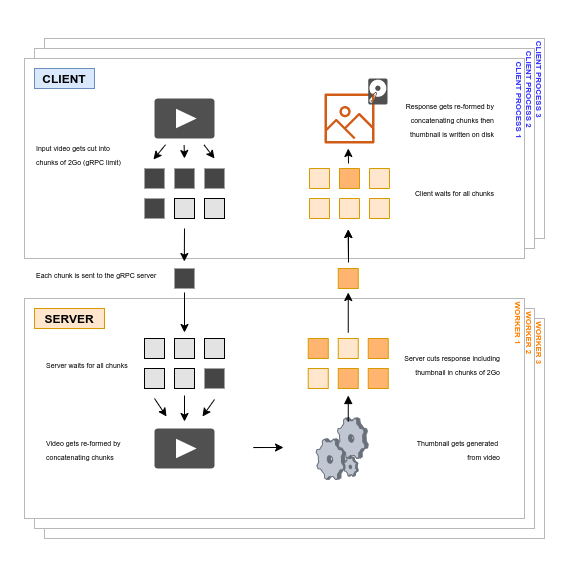
This is flow.png from flavienbwk/gRPC-multiprocessing-streaming, a draw.io export, as it was before one commit. Source tidied: cells renumbered, new cells last; positions are measured from the earlier drawing's top-left corner, leaving out a move shared by most shapes. Source of this version:
```xml
<mxGraphModel>
  <root>
    <mxCell id="0" />
    <mxCell id="1" parent="0" />
    <mxCell id="2" style="rounded=0;whiteSpace=wrap;html=1;strokeColor=#B8B8B8;" parent="1" vertex="1">
      <mxGeometry x="20" width="500" height="200" as="geometry" />
    </mxCell>
    <mxCell id="3" style="rounded=0;whiteSpace=wrap;html=1;strokeColor=#B8B8B8;" parent="1" vertex="1">
      <mxGeometry x="10" y="10" width="500" height="200" as="geometry" />
    </mxCell>
    <mxCell id="4" style="rounded=0;whiteSpace=wrap;html=1;strokeColor=#B8B8B8;" parent="1" vertex="1">
      <mxGeometry x="20" y="280" width="500" height="220" as="geometry" />
    </mxCell>
    <mxCell id="5" style="rounded=0;whiteSpace=wrap;html=1;strokeColor=#B8B8B8;" parent="1" vertex="1">
      <mxGeometry x="10" y="270" width="500" height="220" as="geometry" />
    </mxCell>
    <mxCell id="6" style="rounded=0;whiteSpace=wrap;html=1;strokeColor=#B8B8B8;" parent="1" vertex="1">
      <mxGeometry y="20" width="500" height="200" as="geometry" />
    </mxCell>
    <mxCell id="7" value="&lt;b&gt;CLIENT&lt;/b&gt;" style="text;html=1;align=center;verticalAlign=middle;whiteSpace=wrap;rounded=0;fillColor=#dae8fc;strokeColor=#6c8ebf;" parent="1" vertex="1">
      <mxGeometry x="10" y="30" width="60" height="20" as="geometry" />
    </mxCell>
    <mxCell id="8" style="rounded=0;whiteSpace=wrap;html=1;strokeColor=#B8B8B8;" parent="1" vertex="1">
      <mxGeometry y="260" width="500" height="220" as="geometry" />
    </mxCell>
    <mxCell id="9" value="&lt;b&gt;SERVER&lt;/b&gt;" style="text;html=1;strokeColor=#d79b00;fillColor=#ffe6cc;align=center;verticalAlign=middle;whiteSpace=wrap;rounded=0;" parent="1" vertex="1">
      <mxGeometry x="10" y="270" width="70" height="20" as="geometry" />
    </mxCell>
    <mxCell id="10" style="shadow=0;dashed=0;html=1;strokeColor=none;fillColor=#505050;labelPosition=center;verticalLabelPosition=bottom;verticalAlign=top;align=center;shape=mxgraph.office.concepts.video_play;" parent="1" vertex="1">
      <mxGeometry x="130" y="60" width="60" height="40" as="geometry" />
    </mxCell>
    <mxCell id="11" style="rounded=0;whiteSpace=wrap;html=1;fillColor=#454545;strokeColor=none;" parent="1" vertex="1">
      <mxGeometry x="120" y="130" width="20" height="20" as="geometry" />
    </mxCell>
    <mxCell id="12" style="rounded=0;whiteSpace=wrap;html=1;fillColor=#454545;strokeColor=none;" parent="1" vertex="1">
      <mxGeometry x="150" y="130" width="20" height="20" as="geometry" />
    </mxCell>
    <mxCell id="13" style="rounded=0;whiteSpace=wrap;html=1;fillColor=#454545;strokeColor=none;" parent="1" vertex="1">
      <mxGeometry x="180" y="130" width="20" height="20" as="geometry" />
    </mxCell>
    <mxCell id="14" style="rounded=0;whiteSpace=wrap;html=1;fillColor=#E3E3E3;" parent="1" vertex="1">
      <mxGeometry x="150" y="300" width="20" height="20" as="geometry" />
    </mxCell>
    <mxCell id="15" style="edgeStyle=orthogonalEdgeStyle;rounded=0;orthogonalLoop=1;jettySize=auto;html=1;entryX=0.5;entryY=0;entryDx=0;entryDy=0;" parent="1" edge="1">
      <mxGeometry relative="1" as="geometry">
        <mxPoint x="160" y="254" as="sourcePoint" />
        <mxPoint x="160" y="294" as="targetPoint" />
      </mxGeometry>
    </mxCell>
    <mxCell id="16" style="rounded=0;whiteSpace=wrap;html=1;fillColor=#454545;strokeColor=none;" parent="1" vertex="1">
      <mxGeometry x="150" y="230" width="20" height="20" as="geometry" />
    </mxCell>
    <mxCell id="17" style="rounded=0;whiteSpace=wrap;html=1;fillColor=#454545;strokeColor=none;" parent="1" vertex="1">
      <mxGeometry x="120" y="160" width="20" height="20" as="geometry" />
    </mxCell>
    <mxCell id="18" value="&lt;font style=&quot;font-size: 7px&quot;&gt;Input video gets cut into chunks of 2Go (gRPC limit)&lt;/font&gt;" style="text;html=1;strokeColor=none;fillColor=none;align=left;verticalAlign=middle;whiteSpace=wrap;rounded=0;" parent="1" vertex="1">
      <mxGeometry x="10" y="100" width="90" height="30" as="geometry" />
    </mxCell>
    <mxCell id="19" value="&lt;font style=&quot;font-size: 7px&quot;&gt;Each chunk is sent to the gRPC server&lt;/font&gt;" style="text;html=1;strokeColor=none;fillColor=none;align=left;verticalAlign=middle;whiteSpace=wrap;rounded=0;" parent="1" vertex="1">
      <mxGeometry x="10" y="220" width="130" height="30" as="geometry" />
    </mxCell>
    <mxCell id="20" style="rounded=0;whiteSpace=wrap;html=1;fillColor=#E3E3E3;" parent="1" vertex="1">
      <mxGeometry x="120" y="330" width="20" height="20" as="geometry" />
    </mxCell>
    <mxCell id="21" style="rounded=0;whiteSpace=wrap;html=1;fillColor=#E3E3E3;" parent="1" vertex="1">
      <mxGeometry x="150" y="330" width="20" height="20" as="geometry" />
    </mxCell>
    <mxCell id="22" style="rounded=0;whiteSpace=wrap;html=1;fillColor=#454545;strokeColor=none;" parent="1" vertex="1">
      <mxGeometry x="180" y="330" width="20" height="20" as="geometry" />
    </mxCell>
    <mxCell id="23" style="rounded=0;whiteSpace=wrap;html=1;fillColor=#E3E3E3;" parent="1" vertex="1">
      <mxGeometry x="120" y="300" width="20" height="20" as="geometry" />
    </mxCell>
    <mxCell id="24" style="rounded=0;whiteSpace=wrap;html=1;fillColor=#E3E3E3;" parent="1" vertex="1">
      <mxGeometry x="180" y="300" width="20" height="20" as="geometry" />
    </mxCell>
    <mxCell id="25" style="rounded=0;whiteSpace=wrap;html=1;fillColor=#E3E3E3;" parent="1" vertex="1">
      <mxGeometry x="150" y="160" width="20" height="20" as="geometry" />
    </mxCell>
    <mxCell id="26" style="rounded=0;whiteSpace=wrap;html=1;fillColor=#E3E3E3;" parent="1" vertex="1">
      <mxGeometry x="180" y="160" width="20" height="20" as="geometry" />
    </mxCell>
    <mxCell id="27" value="&lt;font style=&quot;font-size: 7px&quot;&gt;Server waits for all chunks&lt;/font&gt;" style="text;html=1;strokeColor=none;fillColor=none;align=left;verticalAlign=middle;whiteSpace=wrap;rounded=0;" parent="1" vertex="1">
      <mxGeometry x="20" y="315" width="90" height="20" as="geometry" />
    </mxCell>
    <mxCell id="28" style="endArrow=classic;html=1;" parent="1" edge="1">
      <mxGeometry relative="1" as="geometry">
        <mxPoint x="159.6" y="106.5" as="sourcePoint" />
        <mxPoint x="160" y="120" as="targetPoint" />
      </mxGeometry>
    </mxCell>
    <mxCell id="29" style="edgeStyle=orthogonalEdgeStyle;rounded=0;orthogonalLoop=1;jettySize=auto;html=1;entryX=0.5;entryY=0;entryDx=0;entryDy=0;" parent="1" edge="1">
      <mxGeometry relative="1" as="geometry">
        <mxPoint x="160" y="190" as="sourcePoint" />
        <mxPoint x="159.8" y="223" as="targetPoint" />
      </mxGeometry>
    </mxCell>
    <mxCell id="30" style="shadow=0;dashed=0;html=1;strokeColor=none;fillColor=#505050;labelPosition=center;verticalLabelPosition=bottom;verticalAlign=top;align=center;shape=mxgraph.office.concepts.video_play;" parent="1" vertex="1">
      <mxGeometry x="130" y="390" width="60" height="40" as="geometry" />
    </mxCell>
    <mxCell id="31" value="&lt;span style=&quot;font-size: 7px&quot;&gt;Video gets re-formed by concatenating chunks&lt;/span&gt;" style="text;html=1;strokeColor=none;fillColor=none;align=left;verticalAlign=middle;whiteSpace=wrap;rounded=0;" parent="1" vertex="1">
      <mxGeometry x="20" y="400" width="107.5" height="20" as="geometry" />
    </mxCell>
    <mxCell id="32" style="edgeStyle=orthogonalEdgeStyle;rounded=0;orthogonalLoop=1;jettySize=auto;html=1;" parent="1" edge="1">
      <mxGeometry relative="1" as="geometry">
        <mxPoint x="239" y="409" as="sourcePoint" />
        <mxPoint x="259" y="409" as="targetPoint" />
        <Array as="points">
          <mxPoint x="229" y="409" />
        </Array>
      </mxGeometry>
    </mxCell>
    <mxCell id="33" style="verticalLabelPosition=bottom;html=1;verticalAlign=top;strokeColor=none;align=center;shape=mxgraph.citrix.process;fillColor=#E3E3E3;" parent="1" vertex="1">
      <mxGeometry x="291.8" y="379" width="52" height="62" as="geometry" />
    </mxCell>
    <mxCell id="34" value="&lt;span style=&quot;font-size: 7px&quot;&gt;Thumbnail gets generated &lt;br&gt;from video&lt;/span&gt;" style="text;html=1;strokeColor=none;fillColor=none;align=right;verticalAlign=middle;whiteSpace=wrap;rounded=0;" parent="1" vertex="1">
      <mxGeometry x="370" y="400" width="107.5" height="20" as="geometry" />
    </mxCell>
    <mxCell id="35" style="edgeStyle=orthogonalEdgeStyle;rounded=0;orthogonalLoop=1;jettySize=auto;html=1;" parent="1" edge="1">
      <mxGeometry relative="1" as="geometry">
        <mxPoint x="160" y="357" as="sourcePoint" />
        <mxPoint x="160" y="383" as="targetPoint" />
      </mxGeometry>
    </mxCell>
    <mxCell id="36" style="rounded=0;whiteSpace=wrap;html=1;strokeColor=#d79b00;fillColor=#ffe6cc;" parent="1" vertex="1">
      <mxGeometry x="313.8" y="300" width="20" height="20" as="geometry" />
    </mxCell>
    <mxCell id="37" style="edgeStyle=orthogonalEdgeStyle;rounded=0;orthogonalLoop=1;jettySize=auto;html=1;entryX=0.5;entryY=0;entryDx=0;entryDy=0;" parent="1" edge="1">
      <mxGeometry relative="1" as="geometry">
        <mxPoint x="323.8" y="294" as="sourcePoint" />
        <mxPoint x="323.8" y="254" as="targetPoint" />
      </mxGeometry>
    </mxCell>
    <mxCell id="38" style="rounded=0;whiteSpace=wrap;html=1;strokeColor=#d79b00;fillColor=#FFB570;" parent="1" vertex="1">
      <mxGeometry x="313.8" y="230" width="20" height="20" as="geometry" />
    </mxCell>
    <mxCell id="39" style="rounded=0;whiteSpace=wrap;html=1;strokeColor=#d79b00;fillColor=#ffe6cc;" parent="1" vertex="1">
      <mxGeometry x="283.8" y="330" width="20" height="20" as="geometry" />
    </mxCell>
    <mxCell id="40" style="rounded=0;whiteSpace=wrap;html=1;strokeColor=#d79b00;fillColor=#FFB570;" parent="1" vertex="1">
      <mxGeometry x="313.8" y="330" width="20" height="20" as="geometry" />
    </mxCell>
    <mxCell id="41" style="rounded=0;whiteSpace=wrap;html=1;strokeColor=#d79b00;fillColor=#FFB570;" parent="1" vertex="1">
      <mxGeometry x="343.8" y="330" width="20" height="20" as="geometry" />
    </mxCell>
    <mxCell id="42" style="rounded=0;whiteSpace=wrap;html=1;strokeColor=#d79b00;fillColor=#FFB570;" parent="1" vertex="1">
      <mxGeometry x="283.8" y="300" width="20" height="20" as="geometry" />
    </mxCell>
    <mxCell id="43" style="rounded=0;whiteSpace=wrap;html=1;strokeColor=#d79b00;fillColor=#FFB570;" parent="1" vertex="1">
      <mxGeometry x="343.8" y="300" width="20" height="20" as="geometry" />
    </mxCell>
    <mxCell id="44" style="edgeStyle=orthogonalEdgeStyle;rounded=0;orthogonalLoop=1;jettySize=auto;html=1;startArrow=block;startFill=1;endArrow=none;endFill=0;" parent="1" edge="1">
      <mxGeometry relative="1" as="geometry">
        <mxPoint x="323.8" y="357" as="sourcePoint" />
        <mxPoint x="323.8" y="383" as="targetPoint" />
      </mxGeometry>
    </mxCell>
    <mxCell id="45" style="endArrow=classic;html=1;" parent="1" edge="1">
      <mxGeometry relative="1" as="geometry">
        <mxPoint x="179.6" y="106.5" as="sourcePoint" />
        <mxPoint x="190" y="120" as="targetPoint" />
      </mxGeometry>
    </mxCell>
    <mxCell id="46" style="endArrow=classic;html=1;" parent="1" edge="1">
      <mxGeometry relative="1" as="geometry">
        <mxPoint x="141" y="106.2" as="sourcePoint" />
        <mxPoint x="129" y="121" as="targetPoint" />
        <Array as="points">
          <mxPoint x="141" y="106" />
        </Array>
      </mxGeometry>
    </mxCell>
    <mxCell id="47" value="&lt;span style=&quot;font-size: 7px&quot;&gt;Server cuts response including thumbnail in chunks of 2Go&lt;/span&gt;" style="text;html=1;strokeColor=none;fillColor=none;align=right;verticalAlign=middle;whiteSpace=wrap;rounded=0;" parent="1" vertex="1">
      <mxGeometry x="370" y="315" width="107.5" height="20" as="geometry" />
    </mxCell>
    <mxCell id="48" style="endArrow=classic;html=1;" parent="1" edge="1">
      <mxGeometry relative="1" as="geometry">
        <mxPoint x="190" y="361" as="sourcePoint" />
        <mxPoint x="178" y="378" as="targetPoint" />
      </mxGeometry>
    </mxCell>
    <mxCell id="49" style="endArrow=classic;html=1;" parent="1" edge="1">
      <mxGeometry relative="1" as="geometry">
        <mxPoint x="130" y="360" as="sourcePoint" />
        <mxPoint x="142" y="378" as="targetPoint" />
      </mxGeometry>
    </mxCell>
    <mxCell id="50" style="rounded=0;whiteSpace=wrap;html=1;fillColor=#ffe6cc;strokeColor=#d79b00;rotation=-180;" parent="1" vertex="1">
      <mxGeometry x="345" y="160" width="20" height="20" as="geometry" />
    </mxCell>
    <mxCell id="51" style="rounded=0;whiteSpace=wrap;html=1;fillColor=#ffe6cc;strokeColor=#d79b00;rotation=-180;" parent="1" vertex="1">
      <mxGeometry x="315" y="160" width="20" height="20" as="geometry" />
    </mxCell>
    <mxCell id="52" style="rounded=0;whiteSpace=wrap;html=1;fillColor=#ffe6cc;strokeColor=#d79b00;rotation=-180;" parent="1" vertex="1">
      <mxGeometry x="285" y="160" width="20" height="20" as="geometry" />
    </mxCell>
    <mxCell id="53" style="rounded=0;whiteSpace=wrap;html=1;fillColor=#ffe6cc;strokeColor=#d79b00;rotation=-180;" parent="1" vertex="1">
      <mxGeometry x="345" y="130" width="20" height="20" as="geometry" />
    </mxCell>
    <mxCell id="54" style="rounded=0;whiteSpace=wrap;html=1;rotation=-180;strokeColor=#d79b00;fillColor=#FFB570;" parent="1" vertex="1">
      <mxGeometry x="315" y="130" width="20" height="20" as="geometry" />
    </mxCell>
    <mxCell id="55" style="rounded=0;whiteSpace=wrap;html=1;fillColor=#ffe6cc;rotation=-180;strokeColor=#d79b00;" parent="1" vertex="1">
      <mxGeometry x="285" y="130" width="20" height="20" as="geometry" />
    </mxCell>
    <mxCell id="56" value="&lt;span style=&quot;font-size: 7px ; text-align: left&quot;&gt;Client waits for all chunks&lt;/span&gt;" style="text;html=1;strokeColor=none;fillColor=none;align=right;verticalAlign=middle;whiteSpace=wrap;rounded=0;" parent="1" vertex="1">
      <mxGeometry x="363.8" y="143" width="107.5" height="20" as="geometry" />
    </mxCell>
    <mxCell id="57" style="edgeStyle=orthogonalEdgeStyle;rounded=0;orthogonalLoop=1;jettySize=auto;html=1;entryX=0.5;entryY=0;entryDx=0;entryDy=0;" parent="1" edge="1">
      <mxGeometry relative="1" as="geometry">
        <mxPoint x="324" y="220" as="sourcePoint" />
        <mxPoint x="323.8" y="191" as="targetPoint" />
      </mxGeometry>
    </mxCell>
    <mxCell id="58" style="edgeStyle=orthogonalEdgeStyle;rounded=0;orthogonalLoop=1;jettySize=auto;html=1;entryX=0.5;entryY=0;entryDx=0;entryDy=0;" parent="1" edge="1">
      <mxGeometry relative="1" as="geometry">
        <mxPoint x="324" y="224" as="sourcePoint" />
        <mxPoint x="323.8" y="191" as="targetPoint" />
      </mxGeometry>
    </mxCell>
    <mxCell id="59" style="fontColor=#232F3E;gradientColor=none;fillColor=#D05C17;strokeColor=none;dashed=0;verticalLabelPosition=bottom;verticalAlign=top;align=center;html=1;fontSize=12;fontStyle=0;shape=mxgraph.aws4.container_registry_image;" parent="1" vertex="1">
      <mxGeometry x="300" y="55" width="50" height="50" as="geometry" />
    </mxCell>
    <mxCell id="60" style="edgeStyle=orthogonalEdgeStyle;rounded=0;orthogonalLoop=1;jettySize=auto;html=1;entryX=0.5;entryY=0;entryDx=0;entryDy=0;" parent="1" edge="1">
      <mxGeometry relative="1" as="geometry">
        <mxPoint x="324" y="125" as="sourcePoint" />
        <mxPoint x="323.8" y="110" as="targetPoint" />
      </mxGeometry>
    </mxCell>
    <mxCell id="61" value="&lt;span style=&quot;font-size: 7px ; line-height: 100%&quot;&gt;Response gets re-formed by concatenating chunks then thumbnail is written on disk&lt;/span&gt;" style="text;html=1;strokeColor=none;fillColor=none;align=right;verticalAlign=middle;whiteSpace=wrap;rounded=0;" parent="1" vertex="1">
      <mxGeometry x="363.8" y="60" width="107.5" height="40" as="geometry" />
    </mxCell>
    <mxCell id="62" style="shadow=0;dashed=0;html=1;strokeColor=none;fillColor=#505050;labelPosition=center;verticalLabelPosition=bottom;verticalAlign=top;align=center;shape=mxgraph.office.devices.hard_disk;" parent="1" vertex="1">
      <mxGeometry x="343.8" y="40" width="19.3" height="26" as="geometry" />
    </mxCell>
    <mxCell id="63" value="&lt;font style=&quot;font-size: 8px&quot; color=&quot;#ff8000&quot;&gt;&lt;b&gt;WORKER 1&lt;/b&gt;&lt;/font&gt;" style="text;html=1;strokeColor=none;fillColor=none;align=center;verticalAlign=middle;whiteSpace=wrap;rounded=0;rotation=90;" parent="1" vertex="1">
      <mxGeometry x="461" y="275" width="70" height="20" as="geometry" />
    </mxCell>
    <mxCell id="64" value="&lt;font style=&quot;font-size: 8px&quot; color=&quot;#ff8000&quot;&gt;&lt;b&gt;WORKER 2&lt;/b&gt;&lt;/font&gt;" style="text;html=1;strokeColor=none;fillColor=none;align=center;verticalAlign=middle;whiteSpace=wrap;rounded=0;rotation=90;" parent="1" vertex="1">
      <mxGeometry x="472.2" y="285" width="70" height="20" as="geometry" />
    </mxCell>
    <mxCell id="65" value="&lt;font style=&quot;font-size: 8px&quot; color=&quot;#ff8000&quot;&gt;&lt;b&gt;WORKER 3&lt;/b&gt;&lt;/font&gt;" style="text;html=1;strokeColor=none;fillColor=none;align=center;verticalAlign=middle;whiteSpace=wrap;rounded=0;rotation=90;" parent="1" vertex="1">
      <mxGeometry x="482.2" y="295" width="70" height="20" as="geometry" />
    </mxCell>
    <mxCell id="66" value="&lt;font style=&quot;font-size: 8px&quot; color=&quot;#3333ff&quot;&gt;&lt;b&gt;CLIENT PROCESS 1&lt;/b&gt;&lt;/font&gt;" style="text;html=1;strokeColor=none;fillColor=none;align=center;verticalAlign=middle;whiteSpace=wrap;rounded=0;rotation=90;" parent="1" vertex="1">
      <mxGeometry x="441.5" y="51.5" width="109" height="20" as="geometry" />
    </mxCell>
    <mxCell id="67" value="&lt;font style=&quot;font-size: 8px&quot; color=&quot;#3333ff&quot;&gt;&lt;b&gt;CLIENT PROCESS 2&lt;/b&gt;&lt;/font&gt;" style="text;html=1;strokeColor=none;fillColor=none;align=center;verticalAlign=middle;whiteSpace=wrap;rounded=0;rotation=90;" parent="1" vertex="1">
      <mxGeometry x="452.8" y="41" width="109" height="20" as="geometry" />
    </mxCell>
    <mxCell id="68" value="&lt;font style=&quot;font-size: 8px&quot; color=&quot;#3333ff&quot;&gt;&lt;b&gt;CLIENT PROCESS 3&lt;/b&gt;&lt;/font&gt;" style="text;html=1;strokeColor=none;fillColor=none;align=center;verticalAlign=middle;whiteSpace=wrap;rounded=0;rotation=90;" parent="1" vertex="1">
      <mxGeometry x="462.8" y="31" width="109" height="20" as="geometry" />
    </mxCell>
  </root>
</mxGraphModel>
```
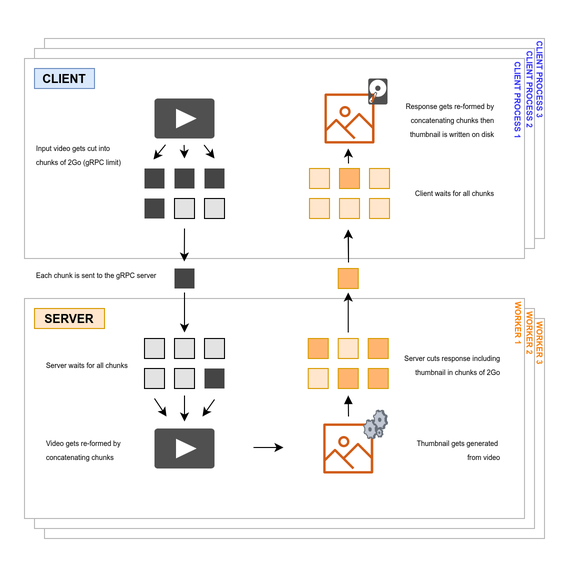
Later version of the same file.

Commit message:
Better schema and definition

Diff of the diagram source:
```diff
@@ -110,9 +110,6 @@
         </Array>
       </mxGeometry>
     </mxCell>
-    <mxCell id="33" style="verticalLabelPosition=bottom;html=1;verticalAlign=top;strokeColor=none;align=center;shape=mxgraph.citrix.process;fillColor=#E3E3E3;" parent="1" vertex="1">
-      <mxGeometry x="291.8" y="379" width="52" height="62" as="geometry" />
-    </mxCell>
     <mxCell id="34" value="&lt;span style=&quot;font-size: 7px&quot;&gt;Thumbnail gets generated &lt;br&gt;from video&lt;/span&gt;" style="text;html=1;strokeColor=none;fillColor=none;align=right;verticalAlign=middle;whiteSpace=wrap;rounded=0;" parent="1" vertex="1">
       <mxGeometry x="370" y="400" width="107.5" height="20" as="geometry" />
     </mxCell>
@@ -152,7 +149,7 @@
     <mxCell id="44" style="edgeStyle=orthogonalEdgeStyle;rounded=0;orthogonalLoop=1;jettySize=auto;html=1;startArrow=block;startFill=1;endArrow=none;endFill=0;" parent="1" edge="1">
       <mxGeometry relative="1" as="geometry">
         <mxPoint x="323.8" y="357" as="sourcePoint" />
-        <mxPoint x="323.8" y="383" as="targetPoint" />
+        <mxPoint x="324" y="378" as="targetPoint" />
       </mxGeometry>
     </mxCell>
     <mxCell id="45" style="endArrow=classic;html=1;" parent="1" edge="1">
@@ -251,5 +248,11 @@
     <mxCell id="68" value="&lt;font style=&quot;font-size: 8px&quot; color=&quot;#3333ff&quot;&gt;&lt;b&gt;CLIENT PROCESS 3&lt;/b&gt;&lt;/font&gt;" style="text;html=1;strokeColor=none;fillColor=none;align=center;verticalAlign=middle;whiteSpace=wrap;rounded=0;rotation=90;" parent="1" vertex="1">
       <mxGeometry x="462.8" y="31" width="109" height="20" as="geometry" />
     </mxCell>
+    <mxCell id="69" style="fontColor=#232F3E;gradientColor=none;fillColor=#D05C17;strokeColor=none;dashed=0;verticalLabelPosition=bottom;verticalAlign=top;align=center;html=1;fontSize=12;fontStyle=0;shape=mxgraph.aws4.container_registry_image;" parent="1" vertex="1">
+      <mxGeometry x="298.8" y="385" width="50" height="50" as="geometry" />
+    </mxCell>
+    <mxCell id="33" style="verticalLabelPosition=bottom;html=1;verticalAlign=top;strokeColor=none;align=center;shape=mxgraph.citrix.process;fillColor=#E3E3E3;" parent="1" vertex="1">
+      <mxGeometry x="339.3" y="371.7" width="23.8" height="28.3" as="geometry" />
+    </mxCell>
   </root>
 </mxGraphModel>
```
